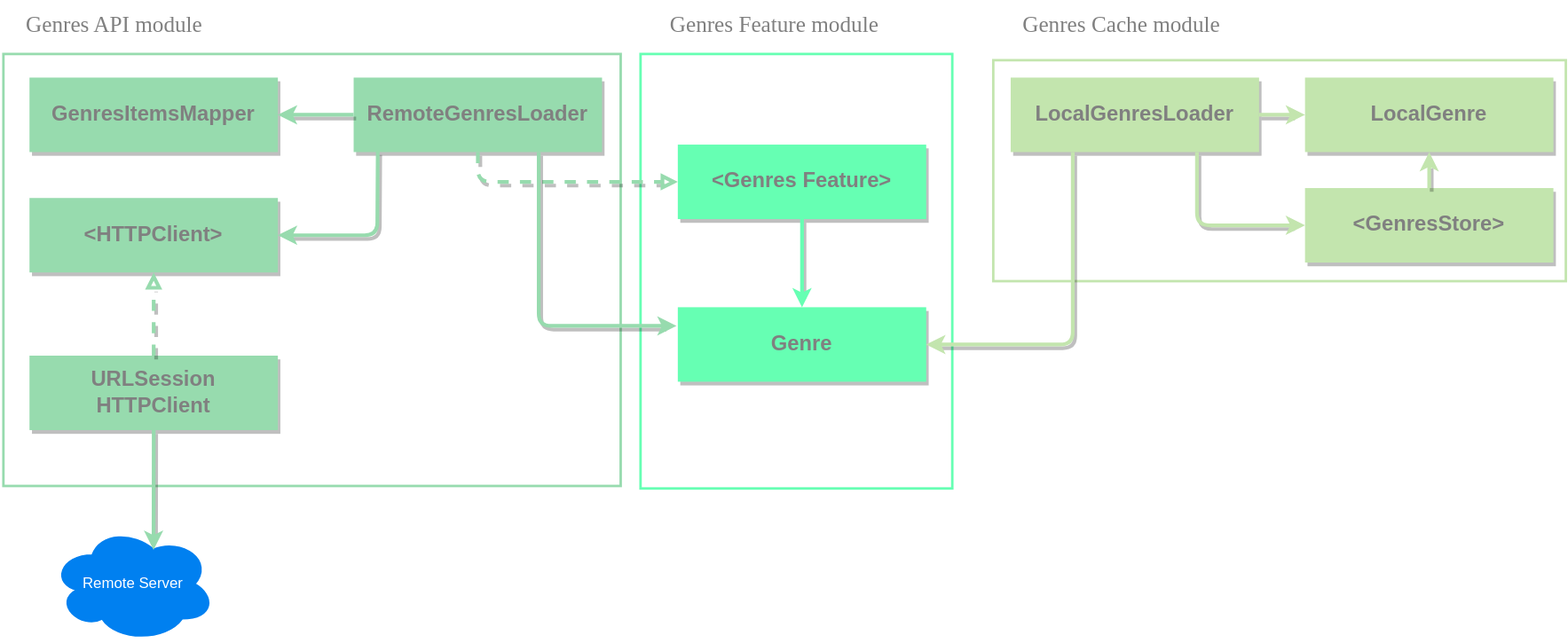
Above: Podcasts Genres List/Genres List UI/dependency.drawio.svg in alexnikol/AnyCast (draw.io), before the change. Source tidied: cells renumbered, new cells last; positions are measured from the earlier drawing's top-left corner, leaving out a move shared by most shapes.
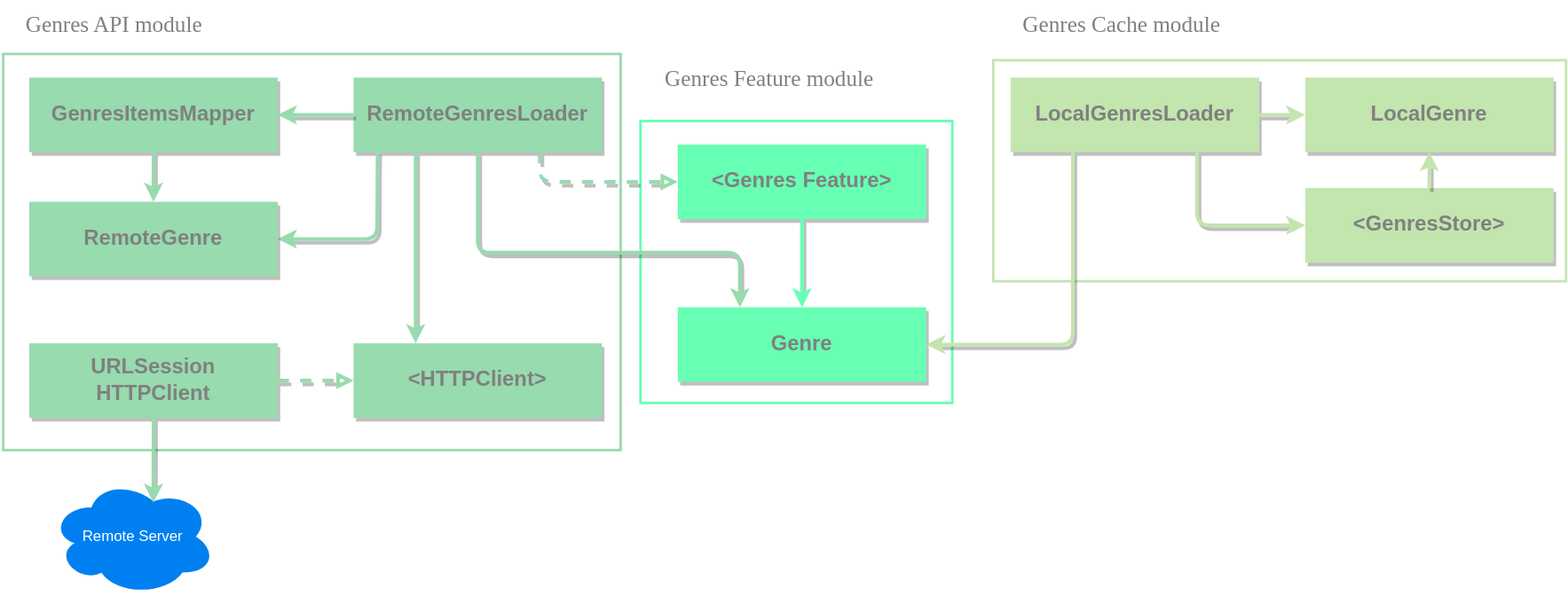
The same file after the commit.

Commit message:
Moved `LocalGenre` and `RemoteGenre` to their own files

What changed in the source:
```diff
@@ -6,10 +6,10 @@
       <mxGeometry x="799" y="48" width="461" height="178" as="geometry" />
     </mxCell>
     <mxCell id="3" style="rounded=0;whiteSpace=wrap;html=1;strokeWidth=2;strokeColor=#66FFB3;fillColor=none;" parent="1" vertex="1">
-      <mxGeometry x="515" y="43" width="251" height="350" as="geometry" />
+      <mxGeometry x="515" y="97" width="251" height="227" as="geometry" />
     </mxCell>
     <mxCell id="4" style="rounded=0;whiteSpace=wrap;html=1;strokeWidth=2;strokeColor=#97DBAE;fillColor=none;" parent="1" vertex="1">
-      <mxGeometry x="2" y="43" width="497" height="348" as="geometry" />
+      <mxGeometry x="2" y="43" width="497" height="319" as="geometry" />
     </mxCell>
     <mxCell id="5" style="edgeStyle=orthogonalEdgeStyle;rounded=0;orthogonalLoop=1;jettySize=auto;html=1;exitX=0.5;exitY=0.5;exitDx=0;exitDy=0;exitPerimeter=0;" parent="1" edge="1">
       <mxGeometry relative="1" as="geometry">
@@ -39,30 +39,30 @@
       <mxGeometry relative="1" as="geometry" />
     </mxCell>
     <mxCell id="12" value="&amp;lt;HTTPClient&amp;gt;" style="rounded=0;whiteSpace=wrap;html=1;fontSize=17;fontColor=#808080;strokeColor=none;strokeWidth=3;fillColor=#97DBAE;fontStyle=1;gradientColor=none;shadow=1;" parent="1" vertex="1">
-      <mxGeometry x="23" y="159" width="200" height="60" as="geometry" />
+      <mxGeometry x="284" y="276" width="200" height="60" as="geometry" />
     </mxCell>
-    <mxCell id="13" style="edgeStyle=none;html=1;exitX=0.097;exitY=0.988;exitDx=0;exitDy=0;fontSize=17;fontColor=#999900;strokeColor=#97DBAE;fillColor=#a20025;strokeWidth=3;shadow=1;entryX=1;entryY=0.5;entryDx=0;entryDy=0;exitPerimeter=0;" parent="1" edge="1" source="10" target="12">
+    <mxCell id="13" style="edgeStyle=none;html=1;exitX=0.097;exitY=0.988;exitDx=0;exitDy=0;fontSize=17;fontColor=#999900;strokeColor=#97DBAE;fillColor=#a20025;strokeWidth=3;shadow=1;entryX=1;entryY=0.5;entryDx=0;entryDy=0;exitPerimeter=0;" parent="1" edge="1" source="10" target="32">
       <mxGeometry relative="1" as="geometry">
         <Array as="points">
-          <mxPoint x="303" y="189" />
+          <mxPoint x="303" y="192" />
         </Array>
       </mxGeometry>
     </mxCell>
     <mxCell id="14" value="URLSession&lt;br&gt;HTTPClient" style="rounded=0;whiteSpace=wrap;html=1;fontSize=17;fontColor=#808080;strokeColor=none;strokeWidth=3;fillColor=#97DBAE;fontStyle=1;gradientColor=none;shadow=1;" parent="1" vertex="1">
-      <mxGeometry x="23" y="286" width="200" height="60" as="geometry" />
+      <mxGeometry x="23" y="276" width="200" height="60" as="geometry" />
     </mxCell>
-    <mxCell id="15" style="edgeStyle=none;html=1;exitX=0.5;exitY=0;exitDx=0;exitDy=0;fontSize=17;fontColor=#999900;strokeColor=#97DBAE;fillColor=#a20025;strokeWidth=3;rounded=1;dashed=1;shadow=1;endArrow=block;endFill=0;entryX=0.5;entryY=1;entryDx=0;entryDy=0;" parent="1" edge="1" source="14" target="12">
+    <mxCell id="15" style="edgeStyle=none;html=1;exitX=1;exitY=0.5;exitDx=0;exitDy=0;fontSize=17;fontColor=#999900;strokeColor=#97DBAE;fillColor=#a20025;strokeWidth=3;rounded=1;dashed=1;shadow=1;endArrow=block;endFill=0;entryX=0;entryY=0.5;entryDx=0;entryDy=0;" parent="1" edge="1" source="14" target="12">
       <mxGeometry relative="1" as="geometry" />
     </mxCell>
-    <mxCell id="16" style="edgeStyle=none;html=1;exitX=0.5;exitY=1;exitDx=0;exitDy=0;fontSize=17;fontColor=#999900;strokeColor=#97DBAE;fillColor=#a20025;strokeWidth=3;rounded=1;dashed=1;shadow=1;endArrow=block;endFill=0;entryX=0;entryY=0.5;entryDx=0;entryDy=0;" parent="1" edge="1" source="10" target="8">
+    <mxCell id="16" style="edgeStyle=none;html=1;exitX=0.75;exitY=1;exitDx=0;exitDy=0;fontSize=17;fontColor=#999900;strokeColor=#97DBAE;fillColor=#a20025;strokeWidth=3;rounded=1;dashed=1;shadow=1;endArrow=block;endFill=0;entryX=0;entryY=0.5;entryDx=0;entryDy=0;" parent="1" edge="1" source="10" target="8">
       <mxGeometry relative="1" as="geometry">
         <Array as="points">
-          <mxPoint x="384" y="146" />
+          <mxPoint x="434" y="146" />
         </Array>
       </mxGeometry>
     </mxCell>
     <mxCell id="17" value="Remote Server" style="ellipse;shape=cloud;whiteSpace=wrap;html=1;align=center;strokeColor=#0080F0;strokeWidth=2;fillColor=#0080F0;fontColor=#fff;" parent="1" vertex="1">
-      <mxGeometry x="41" y="424" width="131" height="92" as="geometry" />
+      <mxGeometry x="41" y="386" width="131" height="92" as="geometry" />
     </mxCell>
     <mxCell id="18" style="edgeStyle=none;html=1;exitX=0.5;exitY=1;exitDx=0;exitDy=0;fontSize=17;fontColor=#999900;strokeColor=#97DBAE;fillColor=#a20025;strokeWidth=3;shadow=1;entryX=0.625;entryY=0.2;entryDx=0;entryDy=0;entryPerimeter=0;" parent="1" edge="1" source="14" target="17">
       <mxGeometry relative="1" as="geometry">
@@ -89,12 +89,11 @@
     <mxCell id="24" style="edgeStyle=none;html=1;exitX=0.5;exitY=1;exitDx=0;exitDy=0;fontSize=17;fontColor=#999900;strokeColor=#66FFB3;fillColor=#a20025;strokeWidth=3;shadow=1;entryX=0.5;entryY=0;entryDx=0;entryDy=0;" parent="1" edge="1" source="8" target="23">
       <mxGeometry relative="1" as="geometry" />
     </mxCell>
-    <mxCell id="25" style="edgeStyle=none;html=1;exitX=0.75;exitY=1;exitDx=0;exitDy=0;fontSize=17;fontColor=#999900;strokeColor=#97DBAE;fillColor=#a20025;strokeWidth=3;shadow=1;entryX=0;entryY=0.25;entryDx=0;entryDy=0;" parent="1" edge="1">
+    <mxCell id="25" style="edgeStyle=none;html=1;exitX=0.5;exitY=1;exitDx=0;exitDy=0;fontSize=17;fontColor=#999900;strokeColor=#97DBAE;fillColor=#a20025;strokeWidth=3;shadow=1;entryX=0.25;entryY=0;entryDx=0;entryDy=0;" parent="1" edge="1" source="10" target="23">
       <mxGeometry relative="1" as="geometry">
-        <mxPoint x="433" y="122" as="sourcePoint" />
-        <mxPoint x="544" y="262" as="targetPoint" />
         <Array as="points">
-          <mxPoint x="433" y="262" />
+          <mxPoint x="384" y="203" />
+          <mxPoint x="595" y="203" />
         </Array>
       </mxGeometry>
     </mxCell>
@@ -109,7 +108,7 @@
       <mxGeometry x="799" width="207" height="40" as="geometry" />
     </mxCell>
     <mxCell id="28" value="&lt;font style=&quot;font-size: 18px&quot;&gt;Genres Feature module&lt;/font&gt;" style="text;html=1;strokeColor=none;fillColor=none;align=center;verticalAlign=middle;whiteSpace=wrap;rounded=0;fontFamily=Verdana;fontSize=18;fontColor=#808080;" parent="1" vertex="1">
-      <mxGeometry x="515" width="216" height="40" as="geometry" />
+      <mxGeometry x="511" y="43" width="216" height="40" as="geometry" />
     </mxCell>
     <mxCell id="29" value="&amp;lt;GenresStore&amp;gt;" style="rounded=0;whiteSpace=wrap;html=1;fontSize=17;fontColor=#808080;strokeColor=none;strokeWidth=3;fillColor=#C3E5AE;fontStyle=1;gradientColor=none;shadow=1;" parent="1" vertex="1">
       <mxGeometry x="1050" y="151" width="200" height="60" as="geometry" />
@@ -124,5 +123,18 @@
         </Array>
       </mxGeometry>
     </mxCell>
+    <mxCell id="32" value="RemoteGenre" style="rounded=0;whiteSpace=wrap;html=1;fontSize=17;fontColor=#808080;strokeColor=none;strokeWidth=3;fillColor=#97DBAE;fontStyle=1;gradientColor=none;shadow=1;" parent="1" vertex="1">
+      <mxGeometry x="23" y="162" width="200" height="60" as="geometry" />
+    </mxCell>
+    <mxCell id="33" style="edgeStyle=none;html=1;exitX=0.5;exitY=1;exitDx=0;exitDy=0;fontSize=17;fontColor=#999900;strokeColor=#97DBAE;fillColor=#a20025;strokeWidth=3;shadow=1;entryX=0.5;entryY=0;entryDx=0;entryDy=0;" parent="1" edge="1" source="9" target="32">
+      <mxGeometry relative="1" as="geometry" />
+    </mxCell>
+    <mxCell id="34" style="edgeStyle=none;html=1;exitX=0.25;exitY=1;exitDx=0;exitDy=0;fontSize=17;fontColor=#999900;strokeColor=#97DBAE;fillColor=#a20025;strokeWidth=3;shadow=1;entryX=0.25;entryY=0;entryDx=0;entryDy=0;" parent="1" edge="1" source="10" target="12">
+      <mxGeometry relative="1" as="geometry">
+        <Array as="points">
+          <mxPoint x="334" y="164" />
+        </Array>
+      </mxGeometry>
+    </mxCell>
   </root>
 </mxGraphModel>
```
